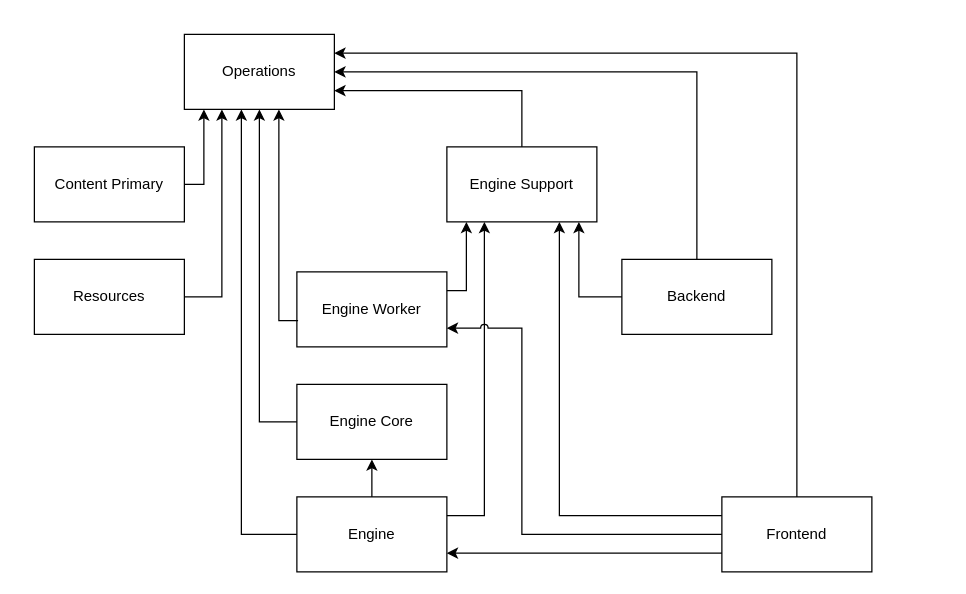
This is public/diagrams/Untitled Diagram.drawio from data-positioning/datapos-resources, a draw.io file, before an edit. Source tidied: cells renumbered, new cells numbered last; positions are measured from the earlier drawing's top-left corner, leaving out a move shared by most shapes. Both pictures are drawn from the tidied source at 125%, with x=0, y=0 at pixel (34, 34).
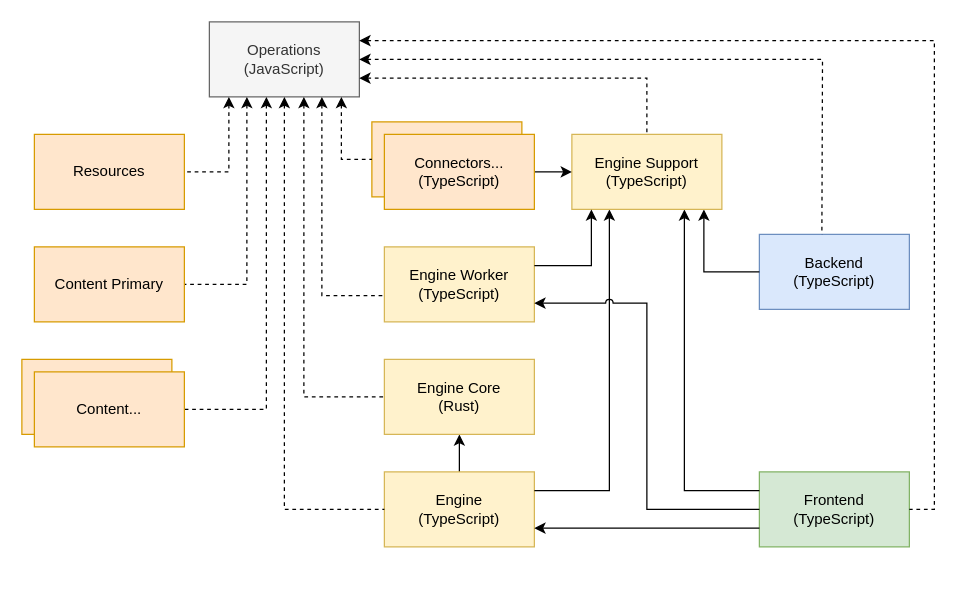
The same diagram, later.

The edit, as a diff of the source:
```diff
@@
-    <mxCell id="2" value="Operations" style="rounded=0;whiteSpace=wrap;html=1;points=[[0,0,0,0,0],[0,0.25,0,0,0],[0,0.5,0,0,0],[0,0.75,0,0,0],[0,1,0,0,0],[0.13,1,0,0,0],[0.25,0,0,0,0],[0.25,1,0,0,0],[0.38,1,0,0,0],[0.5,0,0,0,0],[0.5,1,0,0,0],[0.63,1,0,0,0],[0.75,0,0,0,0],[0.75,1,0,0,0],[0.88,1,0,0,0],[1,0,0,0,0],[1,0.25,0,0,0],[1,0.5,0,0,0],[1,0.75,0,0,0],[1,1,0,0,0]];" parent="1" vertex="1">
-      <mxGeometry x="120" width="120" height="60" as="geometry" />
+    <mxCell id="2" value="Operations&lt;br&gt;(JavaScript)" style="rounded=0;whiteSpace=wrap;html=1;points=[[0,0,0,0,0],[0,0.25,0,0,0],[0,0.5,0,0,0],[0,0.75,0,0,0],[0,1,0,0,0],[0.13,1,0,0,0],[0.25,0,0,0,0],[0.25,1,0,0,0],[0.38,1,0,0,0],[0.5,0,0,0,0],[0.5,1,0,0,0],[0.63,1,0,0,0],[0.75,0,0,0,0],[0.75,1,0,0,0],[0.88,1,0,0,0],[1,0,0,0,0],[1,0.25,0,0,0],[1,0.5,0,0,0],[1,0.75,0,0,0],[1,1,0,0,0]];fillColor=#f5f5f5;fontColor=#333333;strokeColor=#666666;" parent="1" vertex="1">
+      <mxGeometry x="140" y="-10" width="120" height="60" as="geometry" />
     </mxCell>
-    <mxCell id="3" value="Resources" style="rounded=0;whiteSpace=wrap;html=1;" parent="1" vertex="1">
-      <mxGeometry y="180" width="120" height="60" as="geometry" />
+    <mxCell id="3" value="Resources" style="rounded=0;whiteSpace=wrap;html=1;fillColor=#ffe6cc;strokeColor=#d79b00;" parent="1" vertex="1">
+      <mxGeometry y="80" width="120" height="60" as="geometry" />
     </mxCell>
-    <mxCell id="4" style="endArrow=none;html=1;rounded=0;entryX=1;entryY=0.5;entryDx=0;entryDy=0;exitX=0.25;exitY=1;exitDx=0;exitDy=0;endFill=0;startArrow=classic;startFill=1;edgeStyle=orthogonalEdgeStyle;jumpStyle=arc;" parent="1" edge="1" source="2" target="3">
-      <mxGeometry relative="1" as="geometry" />
+    <mxCell id="4" style="endArrow=none;html=1;rounded=0;entryX=1;entryY=0.5;entryDx=0;entryDy=0;exitX=0.25;exitY=1;exitDx=0;exitDy=0;endFill=0;startArrow=classic;startFill=1;edgeStyle=orthogonalEdgeStyle;jumpStyle=arc;dashed=1;exitPerimeter=0;" parent="1" edge="1" source="2" target="30">
+      <mxGeometry relative="1" as="geometry">
+        <Array as="points">
+          <mxPoint x="170" y="200" />
+        </Array>
+      </mxGeometry>
     </mxCell>
-    <mxCell id="5" style="endArrow=none;html=1;rounded=0;exitX=1;exitY=0.75;exitDx=0;exitDy=0;startArrow=classic;startFill=1;endFill=0;entryX=0.5;entryY=0;entryDx=0;entryDy=0;entryPerimeter=0;edgeStyle=orthogonalEdgeStyle;exitPerimeter=0;jumpStyle=arc;" parent="1" edge="1" source="2" target="24">
+    <mxCell id="5" style="endArrow=none;html=1;rounded=0;exitX=1;exitY=0.75;exitDx=0;exitDy=0;startArrow=classic;startFill=1;endFill=0;entryX=0.5;entryY=0;entryDx=0;entryDy=0;entryPerimeter=0;edgeStyle=orthogonalEdgeStyle;exitPerimeter=0;jumpStyle=arc;dashed=1;" parent="1" edge="1" source="2" target="24">
       <mxGeometry relative="1" as="geometry" />
     </mxCell>
@@
-    <mxCell id="7" value="Engine" style="rounded=0;whiteSpace=wrap;html=1;" parent="1" vertex="1">
-      <mxGeometry x="210" y="370" width="120" height="60" as="geometry" />
+    <mxCell id="7" value="Engine&lt;br&gt;(TypeScript)" style="rounded=0;whiteSpace=wrap;html=1;fillColor=#fff2cc;strokeColor=#d6b656;" parent="1" vertex="1">
+      <mxGeometry x="280" y="350" width="120" height="60" as="geometry" />
     </mxCell>
-    <mxCell id="8" value="Engine Core" style="rounded=0;whiteSpace=wrap;html=1;" parent="1" vertex="1">
-      <mxGeometry x="210" y="280" width="120" height="60" as="geometry" />
+    <mxCell id="8" value="Engine Core&lt;br&gt;(Rust)" style="rounded=0;whiteSpace=wrap;html=1;fillColor=#fff2cc;strokeColor=#d6b656;" parent="1" vertex="1">
+      <mxGeometry x="280" y="260" width="120" height="60" as="geometry" />
     </mxCell>
-    <mxCell id="9" style="endArrow=none;html=1;rounded=0;entryX=0;entryY=0.5;entryDx=0;entryDy=0;exitX=0.38;exitY=1;exitDx=0;exitDy=0;startArrow=classic;startFill=1;endFill=0;exitPerimeter=0;edgeStyle=orthogonalEdgeStyle;jumpStyle=arc;" parent="1" edge="1" source="2" target="7">
+    <mxCell id="9" style="endArrow=none;html=1;rounded=0;entryX=0;entryY=0.5;entryDx=0;entryDy=0;exitX=0.5;exitY=1;exitDx=0;exitDy=0;startArrow=classic;startFill=1;endFill=0;exitPerimeter=0;edgeStyle=orthogonalEdgeStyle;jumpStyle=arc;dashed=1;" parent="1" edge="1" source="2" target="7">
       <mxGeometry relative="1" as="geometry" />
     </mxCell>
@@
-    <mxCell id="11" style="endArrow=none;html=1;rounded=0;entryX=0;entryY=0.5;entryDx=0;entryDy=0;exitX=0.5;exitY=1;exitDx=0;exitDy=0;startArrow=classic;startFill=1;endFill=0;exitPerimeter=0;edgeStyle=orthogonalEdgeStyle;jumpStyle=arc;" parent="1" edge="1" source="2" target="8">
+    <mxCell id="11" style="endArrow=none;html=1;rounded=0;entryX=0;entryY=0.5;entryDx=0;entryDy=0;exitX=0.63;exitY=1;exitDx=0;exitDy=0;startArrow=classic;startFill=1;endFill=0;exitPerimeter=0;edgeStyle=orthogonalEdgeStyle;jumpStyle=arc;dashed=1;" parent="1" edge="1" source="2" target="8">
       <mxGeometry relative="1" as="geometry" />
     </mxCell>
-    <mxCell id="12" value="Engine Worker" style="rounded=0;whiteSpace=wrap;html=1;" parent="1" vertex="1">
-      <mxGeometry x="210" y="190" width="120" height="60" as="geometry" />
+    <mxCell id="12" value="Engine Worker&lt;br style=&quot;border-color: var(--border-color);&quot;&gt;(TypeScript)" style="rounded=0;whiteSpace=wrap;html=1;fillColor=#fff2cc;strokeColor=#d6b656;" parent="1" vertex="1">
+      <mxGeometry x="280" y="170" width="120" height="60" as="geometry" />
     </mxCell>
-    <mxCell id="13" style="endArrow=none;html=1;rounded=0;entryX=0.008;entryY=0.65;entryDx=0;entryDy=0;exitX=0.63;exitY=1;exitDx=0;exitDy=0;entryPerimeter=0;startArrow=classic;startFill=1;endFill=0;exitPerimeter=0;edgeStyle=orthogonalEdgeStyle;jumpStyle=arc;" parent="1" edge="1" source="2" target="12">
+    <mxCell id="13" style="endArrow=none;html=1;rounded=0;entryX=0.008;entryY=0.65;entryDx=0;entryDy=0;exitX=0.75;exitY=1;exitDx=0;exitDy=0;entryPerimeter=0;startArrow=classic;startFill=1;endFill=0;exitPerimeter=0;edgeStyle=orthogonalEdgeStyle;jumpStyle=arc;dashed=1;" parent="1" edge="1" source="2" target="12">
       <mxGeometry relative="1" as="geometry" />
     </mxCell>
-    <mxCell id="14" value="Content Primary" style="rounded=0;whiteSpace=wrap;html=1;" parent="1" vertex="1">
-      <mxGeometry y="90" width="120" height="60" as="geometry" />
+    <mxCell id="14" style="rounded=0;whiteSpace=wrap;html=1;fillColor=#ffe6cc;strokeColor=#d79b00;" parent="1" vertex="1">
+      <mxGeometry x="-10" y="260" width="120" height="60" as="geometry" />
     </mxCell>
-    <mxCell id="15" style="endArrow=none;html=1;rounded=0;entryX=1;entryY=0.5;entryDx=0;entryDy=0;startArrow=classic;startFill=1;endFill=0;exitX=0.13;exitY=1;exitDx=0;exitDy=0;exitPerimeter=0;edgeStyle=orthogonalEdgeStyle;jumpStyle=arc;" parent="1" edge="1" source="2" target="14">
+    <mxCell id="15" style="endArrow=none;html=1;rounded=0;entryX=1;entryY=0.5;entryDx=0;entryDy=0;startArrow=classic;startFill=1;endFill=0;jumpStyle=arc;dashed=1;exitX=0.13;exitY=1;exitDx=0;exitDy=0;exitPerimeter=0;edgeStyle=orthogonalEdgeStyle;" parent="1" edge="1" source="2" target="3">
       <mxGeometry relative="1" as="geometry" />
     </mxCell>
-    <mxCell id="16" value="Backend" style="rounded=0;whiteSpace=wrap;html=1;" parent="1" vertex="1">
-      <mxGeometry x="470" y="180" width="120" height="60" as="geometry" />
+    <mxCell id="16" value="Backend&lt;br style=&quot;border-color: var(--border-color);&quot;&gt;(TypeScript)" style="rounded=0;whiteSpace=wrap;html=1;fillColor=#dae8fc;strokeColor=#6c8ebf;" parent="1" vertex="1">
+      <mxGeometry x="580" y="160" width="120" height="60" as="geometry" />
     </mxCell>
-    <mxCell id="17" value="Frontend" style="rounded=0;whiteSpace=wrap;html=1;" parent="1" vertex="1">
-      <mxGeometry x="550" y="370" width="120" height="60" as="geometry" />
+    <mxCell id="17" value="Frontend&lt;br style=&quot;border-color: var(--border-color);&quot;&gt;(TypeScript)" style="rounded=0;whiteSpace=wrap;html=1;fillColor=#d5e8d4;strokeColor=#82b366;" parent="1" vertex="1">
+      <mxGeometry x="580" y="350" width="120" height="60" as="geometry" />
     </mxCell>
@@
-    <mxCell id="20" style="endArrow=none;html=1;rounded=0;exitX=1;exitY=0.5;exitDx=0;exitDy=0;entryX=0.5;entryY=0;entryDx=0;entryDy=0;startArrow=classic;startFill=1;endFill=0;exitPerimeter=0;edgeStyle=orthogonalEdgeStyle;jumpStyle=arc;" parent="1" edge="1" source="2" target="16">
-      <mxGeometry relative="1" as="geometry" />
+    <mxCell id="20" style="endArrow=none;html=1;rounded=0;exitX=1;exitY=0.5;exitDx=0;exitDy=0;entryX=0.5;entryY=0;entryDx=0;entryDy=0;startArrow=classic;startFill=1;endFill=0;exitPerimeter=0;edgeStyle=orthogonalEdgeStyle;jumpStyle=arc;dashed=1;" parent="1" edge="1" source="2">
+      <mxGeometry relative="1" as="geometry">
+        <mxPoint x="630" y="160" as="targetPoint" />
+      </mxGeometry>
     </mxCell>
-    <mxCell id="21" style="endArrow=none;html=1;rounded=0;exitX=1;exitY=0.25;exitDx=0;exitDy=0;entryX=0.5;entryY=0;entryDx=0;entryDy=0;startArrow=classic;startFill=1;endFill=0;edgeStyle=orthogonalEdgeStyle;exitPerimeter=0;jumpStyle=arc;" parent="1" edge="1" source="2" target="17">
-      <mxGeometry relative="1" as="geometry" />
+    <mxCell id="21" style="endArrow=none;html=1;rounded=0;exitX=1;exitY=0.25;exitDx=0;exitDy=0;entryX=1;entryY=0.5;entryDx=0;entryDy=0;startArrow=classic;startFill=1;endFill=0;edgeStyle=orthogonalEdgeStyle;exitPerimeter=0;jumpStyle=arc;dashed=1;" parent="1" edge="1" source="2" target="17">
+      <mxGeometry relative="1" as="geometry">
+        <Array as="points">
+          <mxPoint x="720" y="5" />
+          <mxPoint x="720" y="380" />
+        </Array>
+      </mxGeometry>
     </mxCell>
-    <mxCell id="22" style="endArrow=none;html=1;rounded=0;startArrow=classic;startFill=1;endFill=0;entryX=0;entryY=0.75;entryDx=0;entryDy=0;exitX=1;exitY=0.75;exitDx=0;exitDy=0;edgeStyle=orthogonalEdgeStyle;jumpStyle=arc;" parent="1" edge="1" source="7" target="17">
+    <mxCell id="22" style="endArrow=none;html=1;rounded=0;startArrow=classic;startFill=1;endFill=0;entryX=0;entryY=0.75;entryDx=0;entryDy=0;exitX=1;exitY=0.75;exitDx=0;exitDy=0;jumpStyle=arc;" parent="1" edge="1" source="7" target="17">
       <mxGeometry relative="1" as="geometry" />
     </mxCell>
     <mxCell id="23" style="endArrow=none;html=1;rounded=0;exitX=1;exitY=0.75;exitDx=0;exitDy=0;entryX=0;entryY=0.5;entryDx=0;entryDy=0;startArrow=classic;startFill=1;endFill=0;edgeStyle=orthogonalEdgeStyle;jumpStyle=arc;" parent="1" edge="1" source="12" target="17">
       <mxGeometry relative="1" as="geometry">
         <Array as="points">
-          <mxPoint x="390" y="235" />
-          <mxPoint x="390" y="400" />
+          <mxPoint x="490" y="215" />
+          <mxPoint x="490" y="380" />
         </Array>
       </mxGeometry>
     </mxCell>
-    <mxCell id="24" value="Engine Support" style="rounded=0;whiteSpace=wrap;html=1;points=[[0,0,0,0,0],[0,0.25,0,0,0],[0,0.5,0,0,0],[0,0.75,0,0,0],[0,1,0,0,0],[0.13,1,0,0,0],[0.25,0,0,0,0],[0.25,1,0,0,0],[0.38,1,0,0,0],[0.5,0,0,0,0],[0.5,1,0,0,0],[0.63,1,0,0,0],[0.75,0,0,0,0],[0.75,1,0,0,0],[0.88,1,0,0,0],[1,0,0,0,0],[1,0.25,0,0,0],[1,0.5,0,0,0],[1,0.75,0,0,0],[1,1,0,0,0]];" parent="1" vertex="1">
-      <mxGeometry x="330" y="90" width="120" height="60" as="geometry" />
+    <mxCell id="24" value="Engine Support&lt;br style=&quot;border-color: var(--border-color);&quot;&gt;(TypeScript)" style="rounded=0;whiteSpace=wrap;html=1;points=[[0,0,0,0,0],[0,0.25,0,0,0],[0,0.5,0,0,0],[0,0.75,0,0,0],[0,1,0,0,0],[0.13,1,0,0,0],[0.25,0,0,0,0],[0.25,1,0,0,0],[0.38,1,0,0,0],[0.5,0,0,0,0],[0.5,1,0,0,0],[0.63,1,0,0,0],[0.75,0,0,0,0],[0.75,1,0,0,0],[0.88,1,0,0,0],[1,0,0,0,0],[1,0.25,0,0,0],[1,0.5,0,0,0],[1,0.75,0,0,0],[1,1,0,0,0]];fillColor=#fff2cc;strokeColor=#d6b656;" parent="1" vertex="1">
+      <mxGeometry x="430" y="80" width="120" height="60" as="geometry" />
     </mxCell>
@@
+    <mxCell id="26" style="rounded=0;whiteSpace=wrap;html=1;fillColor=#ffe6cc;strokeColor=#d79b00;" parent="1" vertex="1">
+      <mxGeometry x="270" y="70" width="120" height="60" as="geometry" />
+    </mxCell>
+    <mxCell id="27" style="endArrow=none;html=1;rounded=0;entryX=0;entryY=0.5;entryDx=0;entryDy=0;exitX=0.88;exitY=1;exitDx=0;exitDy=0;endFill=0;startArrow=classic;startFill=1;edgeStyle=orthogonalEdgeStyle;jumpStyle=arc;dashed=1;exitPerimeter=0;" parent="1" edge="1" source="2" target="26">
+      <mxGeometry relative="1" as="geometry" />
+    </mxCell>
+    <mxCell id="28" style="endArrow=classic;html=1;rounded=0;entryX=0;entryY=0.5;entryDx=0;entryDy=0;entryPerimeter=0;jumpStyle=arc;exitX=1;exitY=0.5;exitDx=0;exitDy=0;" parent="1" edge="1" source="29" target="24">
+      <mxGeometry relative="1" as="geometry" />
+    </mxCell>
+    <mxCell id="29" value="Connectors...&lt;br style=&quot;border-color: var(--border-color);&quot;&gt;(TypeScript)" style="rounded=0;whiteSpace=wrap;html=1;fillColor=#ffe6cc;strokeColor=#d79b00;" parent="1" vertex="1">
+      <mxGeometry x="280" y="80" width="120" height="60" as="geometry" />
+    </mxCell>
+    <mxCell id="30" value="Content Primary" style="rounded=0;whiteSpace=wrap;html=1;fillColor=#ffe6cc;strokeColor=#d79b00;" parent="1" vertex="1">
+      <mxGeometry y="170" width="120" height="60" as="geometry" />
+    </mxCell>
+    <mxCell id="31" style="endArrow=none;html=1;rounded=0;endFill=0;startArrow=classic;startFill=1;jumpStyle=arc;dashed=1;exitX=0.38;exitY=1;exitDx=0;exitDy=0;exitPerimeter=0;edgeStyle=orthogonalEdgeStyle;entryX=1;entryY=0.5;entryDx=0;entryDy=0;" parent="1" edge="1" source="2" target="32">
+      <mxGeometry relative="1" as="geometry" />
+    </mxCell>
+    <mxCell id="32" value="Content..." style="rounded=0;whiteSpace=wrap;html=1;fillColor=#ffe6cc;strokeColor=#d79b00;" parent="1" vertex="1">
+      <mxGeometry y="270" width="120" height="60" as="geometry" />
+    </mxCell>
```
